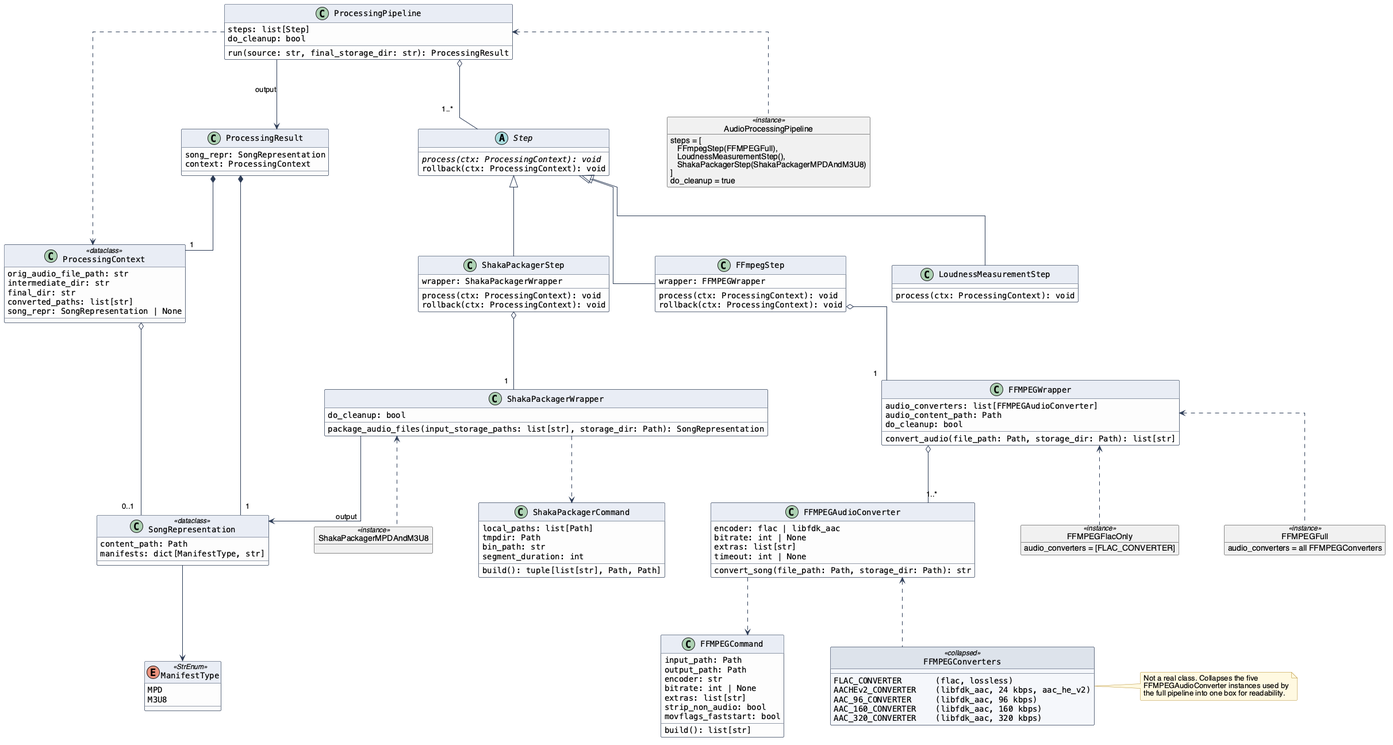
Above: text/diagrams/AudioClassDiagram.png in ddrddrr/musikk (PlantUML), before the change. Source of this version:
```plantuml
@startuml AudioClassDiagram

!include ../../_style.puml

enum ManifestType <<StrEnum>> {
    MPD
    M3U8
}

class SongRepresentation <<dataclass>> {
    content_path: Path
    manifests: dict[ManifestType, str]
}

class ProcessingContext <<dataclass>> {
    orig_audio_file_path: str
    intermediate_dir: str
    final_dir: str
    converted_paths: list[str]
    song_repr: SongRepresentation | None
}

class ProcessingResult {
    song_repr: SongRepresentation
    context: ProcessingContext
}

SongRepresentation --> ManifestType
ProcessingContext o-- "0..1" SongRepresentation
ProcessingResult *-- "1" SongRepresentation
ProcessingResult *-- "1" ProcessingContext

abstract class Step {
    {abstract} process(ctx: ProcessingContext): void
    rollback(ctx: ProcessingContext): void
}

class ProcessingPipeline {
    steps: list[Step]
    do_cleanup: bool
    run(source: str, final_storage_dir: str): ProcessingResult
}

ProcessingPipeline o-- "1..*" Step
ProcessingPipeline ..> ProcessingContext
ProcessingPipeline --> ProcessingResult : output

class FFmpegStep {
    wrapper: FFMPEGWrapper
    process(ctx: ProcessingContext): void
    rollback(ctx: ProcessingContext): void
}

class LoudnessMeasurementStep {
    process(ctx: ProcessingContext): void
}

class ShakaPackagerStep {
    wrapper: ShakaPackagerWrapper
    process(ctx: ProcessingContext): void
    rollback(ctx: ProcessingContext): void
}

Step <|-- FFmpegStep
Step <|-- LoudnessMeasurementStep
Step <|-- ShakaPackagerStep

class FFMPEGWrapper {
    audio_converters: list[FFMPEGAudioConverter]
    audio_content_path: Path
    do_cleanup: bool
    convert_audio(file_path: Path, storage_dir: Path): list[str]
}

class FFMPEGAudioConverter {
    encoder: flac | libfdk_aac
    bitrate: int | None
    extras: list[str]
    timeout: int | None
    convert_song(file_path: Path, storage_dir: Path): str
}

class FFMPEGCommand {
    input_path: Path
    output_path: Path
    encoder: str
    bitrate: int | None
    extras: list[str]
    strip_non_audio: bool
    movflags_faststart: bool
    build(): list[str]
}

FFmpegStep o-- "1" FFMPEGWrapper
FFMPEGWrapper o-- "1..*" FFMPEGAudioConverter
FFMPEGAudioConverter ..> FFMPEGCommand

class FFMPEGConverters <<collapsed>> {
    FLAC_CONVERTER       (flac, lossless)
    AACHEv2_CONVERTER    (libfdk_aac, 24 kbps, aac_he_v2)
    AAC_96_CONVERTER     (libfdk_aac, 96 kbps)
    AAC_160_CONVERTER    (libfdk_aac, 160 kbps)
    AAC_320_CONVERTER    (libfdk_aac, 320 kbps)
}

note right of FFMPEGConverters
Not a real class. Collapses the five
FFMPEGAudioConverter instances used by
the full pipeline into one box for readability.
end note

FFMPEGAudioConverter <.. FFMPEGConverters

object FFMPEGFlacOnly <<instance>> {
    audio_converters = [FLAC_CONVERTER]
}

object FFMPEGFull <<instance>> {
    audio_converters = all FFMPEGConverters
}

FFMPEGWrapper <.. FFMPEGFlacOnly
FFMPEGWrapper <.. FFMPEGFull

class ShakaPackagerWrapper {
    do_cleanup: bool
    package_audio_files(input_storage_paths: list[str], storage_dir: Path): SongRepresentation
}

class ShakaPackagerCommand {
    local_paths: list[Path]
    tmpdir: Path
    bin_path: str
    segment_duration: int
    build(): tuple[list[str], Path, Path]
}

ShakaPackagerStep o-- "1" ShakaPackagerWrapper
ShakaPackagerWrapper ..> ShakaPackagerCommand
ShakaPackagerWrapper --> SongRepresentation : output

object ShakaPackagerMPDAndM3U8 <<instance>> {
}

ShakaPackagerWrapper <.. ShakaPackagerMPDAndM3U8

object AudioProcessingPipeline <<instance>> {
    steps = [\n   FFmpegStep(FFMPEGFull),\n   LoudnessMeasurementStep(),\n   ShakaPackagerStep(ShakaPackagerMPDAndM3U8)\n]
    do_cleanup = true
}

ProcessingPipeline <.. AudioProcessingPipeline

@enduml
```
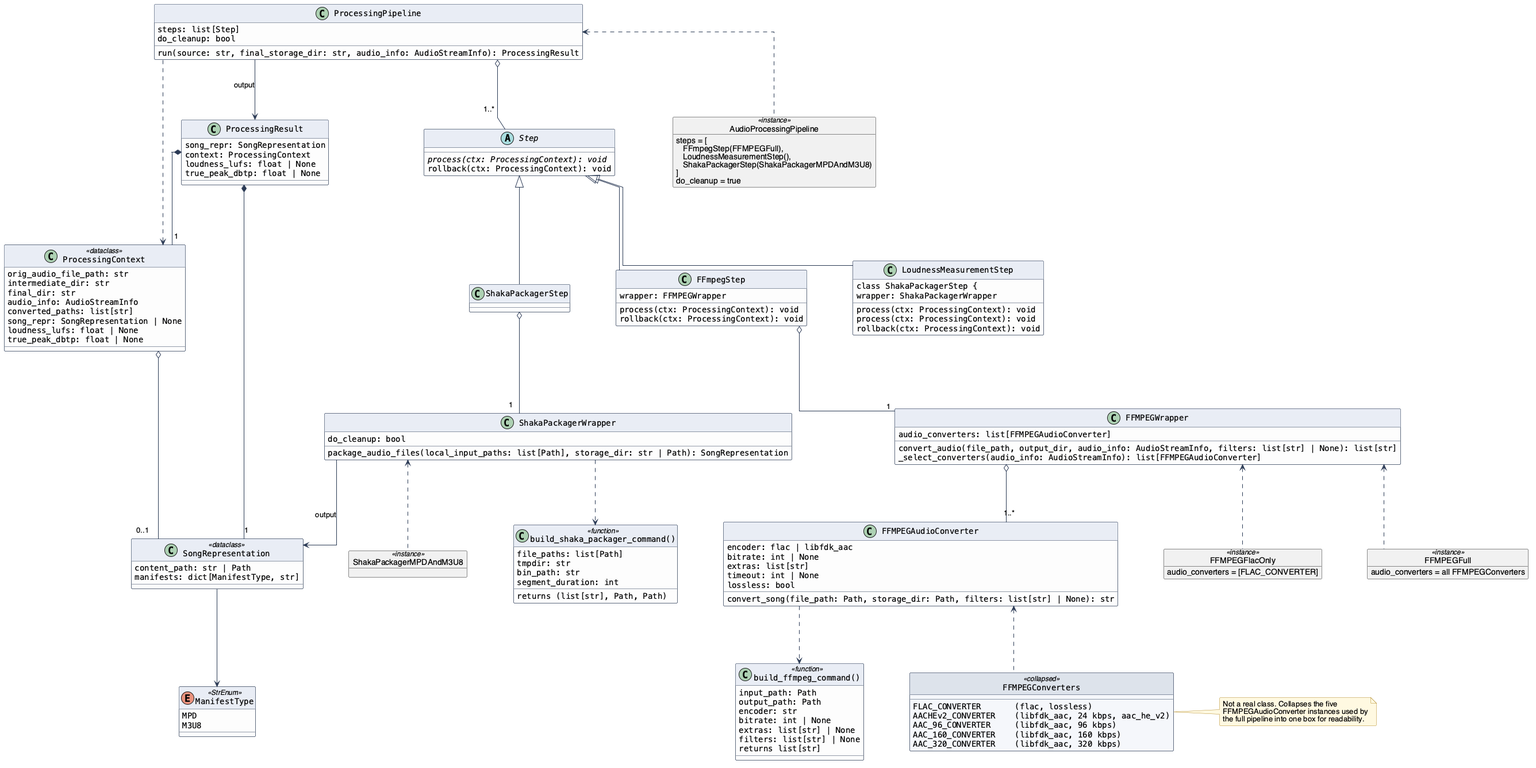
Above is the later version.

Change to the diagram source:
```diff
@@ -8,7 +8,7 @@
 }
 
 class SongRepresentation <<dataclass>> {
-    content_path: Path
+    content_path: str | Path
     manifests: dict[ManifestType, str]
 }
 
@@ -16,13 +16,18 @@
     orig_audio_file_path: str
     intermediate_dir: str
     final_dir: str
+    audio_info: AudioStreamInfo
     converted_paths: list[str]
     song_repr: SongRepresentation | None
+    loudness_lufs: float | None
+    true_peak_dbtp: float | None
 }
 
 class ProcessingResult {
     song_repr: SongRepresentation
     context: ProcessingContext
+    loudness_lufs: float | None
+    true_peak_dbtp: float | None
 }
 
 SongRepresentation --> ManifestType
@@ -38,7 +43,7 @@
 class ProcessingPipeline {
     steps: list[Step]
     do_cleanup: bool
-    run(source: str, final_storage_dir: str): ProcessingResult
+    run(source: str, final_storage_dir: str, audio_info: AudioStreamInfo): ProcessingResult
 }
 
 ProcessingPipeline o-- "1..*" Step
@@ -53,7 +58,6 @@
 
 class LoudnessMeasurementStep {
     process(ctx: ProcessingContext): void
-}
 
 class ShakaPackagerStep {
     wrapper: ShakaPackagerWrapper
@@ -67,9 +71,8 @@
 
 class FFMPEGWrapper {
     audio_converters: list[FFMPEGAudioConverter]
-    audio_content_path: Path
-    do_cleanup: bool
-    convert_audio(file_path: Path, storage_dir: Path): list[str]
+    convert_audio(file_path, output_dir, audio_info: AudioStreamInfo, filters: list[str] | None): list[str]
+    _select_converters(audio_info: AudioStreamInfo): list[FFMPEGAudioConverter]
 }
 
 class FFMPEGAudioConverter {
@@ -77,18 +80,18 @@
     bitrate: int | None
     extras: list[str]
     timeout: int | None
-    convert_song(file_path: Path, storage_dir: Path): str
+    lossless: bool
+    convert_song(file_path: Path, storage_dir: Path, filters: list[str] | None): str
 }
 
-class FFMPEGCommand {
+class "build_ffmpeg_command()" as FFMPEGCommand <<function>> {
     input_path: Path
     output_path: Path
     encoder: str
     bitrate: int | None
-    extras: list[str]
-    strip_non_audio: bool
-    movflags_faststart: bool
-    build(): list[str]
+    extras: list[str] | None
+    filters: list[str] | None
+    returns list[str]
 }
 
 FFmpegStep o-- "1" FFMPEGWrapper
@@ -124,15 +127,15 @@
 
 class ShakaPackagerWrapper {
     do_cleanup: bool
-    package_audio_files(input_storage_paths: list[str], storage_dir: Path): SongRepresentation
+    package_audio_files(local_input_paths: list[Path], storage_dir: str | Path): SongRepresentation
 }
 
-class ShakaPackagerCommand {
-    local_paths: list[Path]
-    tmpdir: Path
+class "build_shaka_packager_command()" as ShakaPackagerCommand <<function>> {
+    file_paths: list[Path]
+    tmpdir: str
     bin_path: str
     segment_duration: int
-    build(): tuple[list[str], Path, Path]
+    returns (list[str], Path, Path)
 }
 
 ShakaPackagerStep o-- "1" ShakaPackagerWrapper
```
